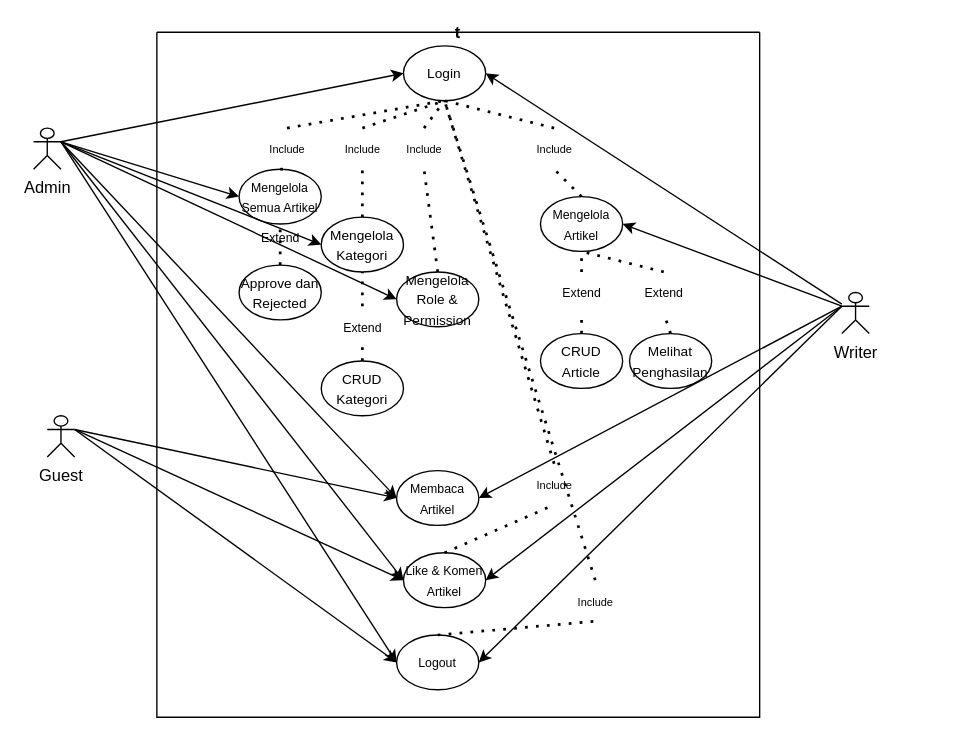
This is use case.drawio from EnjoyUrLife69/ARTICLE, a draw.io file, before an edit. Source tidied: cells renumbered, new cells numbered last; positions are measured from the earlier drawing's top-left corner, leaving out a move shared by most shapes. Both pictures are drawn from the tidied source at 137%, with x=0, y=0 at pixel (33, 32).
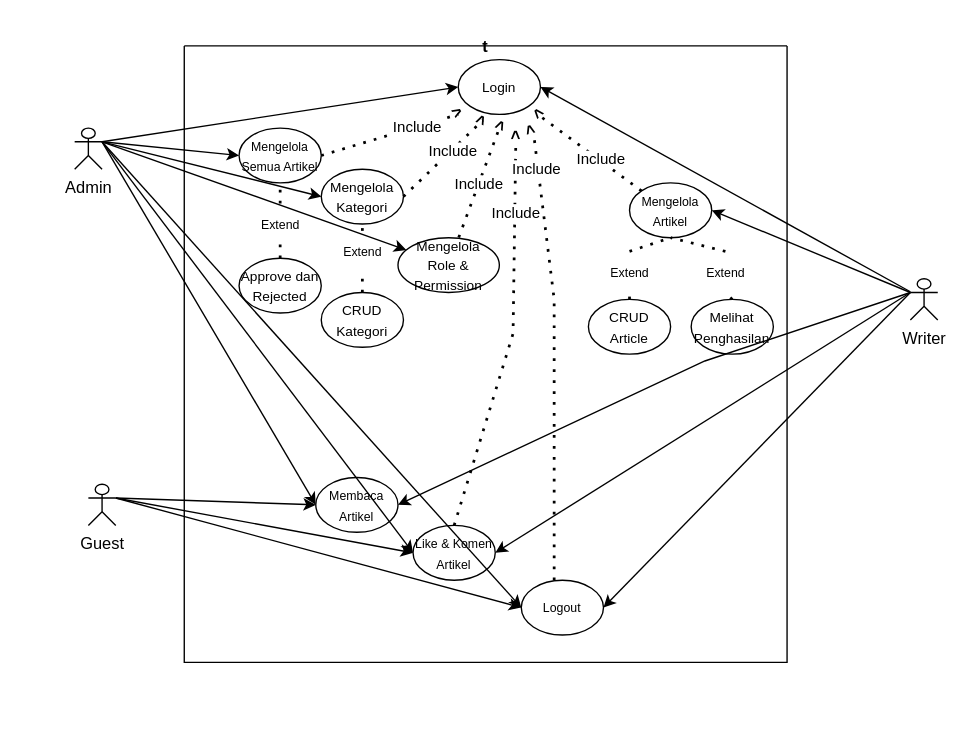
The same page after the edit.

The edit, as a diff of the source:
```diff
@@
+    <mxCell id="48" style="endArrow=classic;html=1;rounded=0;exitX=1;exitY=0.3333333333333333;exitDx=0;exitDy=0;exitPerimeter=0;" parent="1" edge="1" source="2" target="7">
+      <mxGeometry relative="1" as="geometry" />
+    </mxCell>
+    <mxCell id="47" style="endArrow=classic;html=1;rounded=0;entryX=0;entryY=0.5;entryDx=0;entryDy=0;exitX=1;exitY=0.3333333333333333;exitDx=0;exitDy=0;exitPerimeter=0;" parent="1" edge="1" source="2" target="6">
+      <mxGeometry relative="1" as="geometry" />
+    </mxCell>
     <mxCell id="2" value="Admin" style="shape=umlActor;verticalLabelPosition=bottom;verticalAlign=top;html=1;outlineConnect=0;" parent="1" vertex="1">
-      <mxGeometry y="70" width="20" height="30" as="geometry" />
+      <mxGeometry x="30" y="70" width="20" height="30" as="geometry" />
     </mxCell>
     <mxCell id="3" value="t" style="swimlane;startSize=0;" parent="1" vertex="1">
-      <mxGeometry x="90" width="440" height="500" as="geometry" />
+      <mxGeometry x="110" y="10" width="440" height="450" as="geometry" />
     </mxCell>
-    <mxCell id="4" value="&lt;font style=&quot;font-size: 9px;&quot;&gt;Membaca&lt;/font&gt;&lt;div&gt;&lt;font style=&quot;font-size: 9px;&quot;&gt;Artikel&lt;/font&gt;&lt;/div&gt;" style="ellipse;whiteSpace=wrap;html=1;" parent="3" vertex="1">
-      <mxGeometry x="175" y="320" width="60" height="40" as="geometry" />
-    </mxCell>
+    <mxCell id="7" value="&lt;font size=&quot;1&quot;&gt;Mengelola&lt;/font&gt;&lt;div&gt;&lt;font size=&quot;1&quot;&gt;Role &amp;amp; Permission&lt;/font&gt;&lt;/div&gt;" style="ellipse;whiteSpace=wrap;html=1;" parent="3" vertex="1">
+      <mxGeometry x="156" y="140" width="74" height="40" as="geometry" />
+    </mxCell>
     <mxCell id="5" value="&lt;font style=&quot;font-size: 9px;&quot;&gt;Mengelola&lt;/font&gt;&lt;div&gt;&lt;font style=&quot;font-size: 9px;&quot;&gt;Semua Artikel&lt;/font&gt;&lt;/div&gt;" style="ellipse;whiteSpace=wrap;html=1;" parent="3" vertex="1">
-      <mxGeometry x="60" y="100" width="60" height="40" as="geometry" />
+      <mxGeometry x="40" y="60" width="60" height="40" as="geometry" />
     </mxCell>
-    <mxCell id="6" value="&lt;font size=&quot;1&quot;&gt;Mengelola&lt;/font&gt;&lt;div&gt;&lt;font size=&quot;1&quot;&gt;Kategori&lt;/font&gt;&lt;/div&gt;" style="ellipse;whiteSpace=wrap;html=1;" parent="3" vertex="1">
-      <mxGeometry x="120" y="135" width="60" height="40" as="geometry" />
-    </mxCell>
-    <mxCell id="7" value="&lt;font size=&quot;1&quot;&gt;Mengelola&lt;/font&gt;&lt;div&gt;&lt;font size=&quot;1&quot;&gt;Role &amp;amp; Permission&lt;/font&gt;&lt;/div&gt;" style="ellipse;whiteSpace=wrap;html=1;" parent="3" vertex="1">
-      <mxGeometry x="175" y="175" width="60" height="40" as="geometry" />
-    </mxCell>
     <mxCell id="8" value="&lt;font size=&quot;1&quot;&gt;Login&lt;/font&gt;" style="ellipse;whiteSpace=wrap;html=1;" parent="3" vertex="1">
-      <mxGeometry x="180" y="10" width="60" height="40" as="geometry" />
+      <mxGeometry x="200" y="10" width="60" height="40" as="geometry" />
     </mxCell>
-    <mxCell id="9" value="&lt;font style=&quot;font-size: 9px;&quot;&gt;Like &amp;amp; Komen Artikel&lt;/font&gt;" style="ellipse;whiteSpace=wrap;html=1;" parent="3" vertex="1">
-      <mxGeometry x="180" y="380" width="60" height="40" as="geometry" />
-    </mxCell>
-    <mxCell id="10" style="endArrow=none;dashed=1;html=1;dashPattern=1 3;strokeWidth=2;rounded=0;entryX=0.5;entryY=1;entryDx=0;entryDy=0;exitX=0.5;exitY=0;exitDx=0;exitDy=0;" parent="3" edge="1" source="16" target="8">
-      <mxGeometry relative="1" as="geometry" />
-    </mxCell>
-    <mxCell id="11" style="endArrow=none;dashed=1;html=1;dashPattern=1 3;strokeWidth=2;rounded=0;entryX=0.5;entryY=1;entryDx=0;entryDy=0;exitX=0.5;exitY=0;exitDx=0;exitDy=0;" parent="3" edge="1" source="13" target="8">
-      <mxGeometry relative="1" as="geometry" />
-    </mxCell>
-    <mxCell id="12" style="endArrow=none;dashed=1;html=1;dashPattern=1 3;strokeWidth=2;rounded=0;entryX=0.5;entryY=1;entryDx=0;entryDy=0;exitX=0.5;exitY=0;exitDx=0;exitDy=0;" parent="3" edge="1" source="21" target="8">
-      <mxGeometry relative="1" as="geometry" />
-    </mxCell>
-    <mxCell id="13" value="&lt;font style=&quot;font-size: 8px;&quot;&gt;Include&lt;/font&gt;" style="text;html=1;align=center;verticalAlign=middle;points=[];strokeColor=none;fillColor=none;" parent="3" vertex="1">
-      <mxGeometry x="125" y="70" width="50" height="30" as="geometry" />
-    </mxCell>
-    <mxCell id="14" style="endArrow=none;dashed=1;html=1;dashPattern=1 3;strokeWidth=2;rounded=0;entryX=0.5;entryY=1;entryDx=0;entryDy=0;exitX=0.5;exitY=0;exitDx=0;exitDy=0;" parent="3" edge="1" source="6" target="13">
-      <mxGeometry relative="1" as="geometry" />
-    </mxCell>
-    <mxCell id="15" style="endArrow=none;dashed=1;html=1;dashPattern=1 3;strokeWidth=2;rounded=0;entryX=0.5;entryY=1;entryDx=0;entryDy=0;exitX=0.5;exitY=0;exitDx=0;exitDy=0;" parent="3" edge="1" source="5" target="16">
-      <mxGeometry relative="1" as="geometry" />
-    </mxCell>
-    <mxCell id="16" value="&lt;span style=&quot;font-size: 8px;&quot;&gt;Include&lt;/span&gt;" style="text;html=1;align=center;verticalAlign=middle;points=[];strokeColor=none;fillColor=none;" parent="3" vertex="1">
-      <mxGeometry x="70" y="70" width="50" height="30" as="geometry" />
-    </mxCell>
-    <mxCell id="17" style="endArrow=none;dashed=1;html=1;dashPattern=1 3;strokeWidth=2;rounded=0;entryX=0.5;entryY=1;entryDx=0;entryDy=0;exitX=0.5;exitY=0;exitDx=0;exitDy=0;" parent="3" edge="1" source="18" target="8">
-      <mxGeometry relative="1" as="geometry" />
-    </mxCell>
-    <mxCell id="18" value="&lt;span style=&quot;font-size: 8px;&quot;&gt;Include&lt;/span&gt;" style="text;html=1;align=center;verticalAlign=middle;points=[];strokeColor=none;fillColor=none;" parent="3" vertex="1">
-      <mxGeometry x="265" y="315" width="50" height="30" as="geometry" />
-    </mxCell>
-    <mxCell id="19" style="endArrow=none;dashed=1;html=1;dashPattern=1 3;strokeWidth=2;rounded=0;entryX=0.5;entryY=1;entryDx=0;entryDy=0;exitX=0.5;exitY=0;exitDx=0;exitDy=0;" parent="3" edge="1" source="9" target="18">
-      <mxGeometry relative="1" as="geometry" />
-    </mxCell>
-    <mxCell id="20" style="endArrow=none;dashed=1;html=1;dashPattern=1 3;strokeWidth=2;rounded=0;entryX=0.5;entryY=1;entryDx=0;entryDy=0;exitX=0.5;exitY=0;exitDx=0;exitDy=0;" parent="3" edge="1" source="7" target="21">
-      <mxGeometry relative="1" as="geometry" />
-    </mxCell>
-    <mxCell id="21" value="&lt;span style=&quot;font-size: 8px;&quot;&gt;Include&lt;/span&gt;" style="text;html=1;align=center;verticalAlign=middle;points=[];strokeColor=none;fillColor=none;" parent="3" vertex="1">
-      <mxGeometry x="170" y="70" width="50" height="30" as="geometry" />
-    </mxCell>
-    <mxCell id="22" style="endArrow=none;dashed=1;html=1;dashPattern=1 3;strokeWidth=2;rounded=0;entryX=0.5;entryY=1;entryDx=0;entryDy=0;exitX=0.5;exitY=0;exitDx=0;exitDy=0;" parent="3" edge="1" source="27" target="5">
+    <mxCell id="22" style="endArrow=none;dashed=1;html=1;dashPattern=1 3;strokeWidth=2;rounded=0;entryX=0.5;entryY=1;entryDx=0;entryDy=0;exitX=0.5;exitY=0;exitDx=0;exitDy=0;" parent="3" edge="1" source="36" target="5">
       <mxGeometry relative="1" as="geometry" />
     </mxCell>
     <mxCell id="23" value="&lt;font style=&quot;font-size: 9px;&quot;&gt;Mengelola&lt;/font&gt;&lt;div&gt;&lt;span style=&quot;font-size: 9px; background-color: transparent; color: light-dark(rgb(0, 0, 0), rgb(255, 255, 255));&quot;&gt;Artikel&lt;/span&gt;&lt;/div&gt;" style="ellipse;whiteSpace=wrap;html=1;" parent="3" vertex="1">
-      <mxGeometry x="280" y="120" width="60" height="40" as="geometry" />
+      <mxGeometry x="325" y="100" width="60" height="40" as="geometry" />
     </mxCell>
-    <mxCell id="24" style="endArrow=none;dashed=1;html=1;dashPattern=1 3;strokeWidth=2;rounded=0;entryX=0.5;entryY=1;entryDx=0;entryDy=0;exitX=0.5;exitY=0;exitDx=0;exitDy=0;" parent="3" edge="1" source="25" target="8">
-      <mxGeometry relative="1" as="geometry" />
-    </mxCell>
-    <mxCell id="25" value="&lt;span style=&quot;font-size: 8px;&quot;&gt;Include&lt;/span&gt;" style="text;html=1;align=center;verticalAlign=middle;points=[];strokeColor=none;fillColor=none;" parent="3" vertex="1">
-      <mxGeometry x="265" y="70" width="50" height="30" as="geometry" />
-    </mxCell>
-    <mxCell id="26" style="endArrow=none;dashed=1;html=1;dashPattern=1 3;strokeWidth=2;rounded=0;entryX=0.5;entryY=1;entryDx=0;entryDy=0;exitX=0.5;exitY=0;exitDx=0;exitDy=0;" parent="3" edge="1" source="23" target="25">
-      <mxGeometry relative="1" as="geometry" />
-    </mxCell>
     <mxCell id="27" value="&lt;font size=&quot;1&quot;&gt;Approve dan Rejected&lt;/font&gt;" style="ellipse;whiteSpace=wrap;html=1;" parent="3" vertex="1">
-      <mxGeometry x="60" y="170" width="60" height="40" as="geometry" />
+      <mxGeometry x="40" y="155" width="60" height="40" as="geometry" />
     </mxCell>
     <mxCell id="28" value="&lt;font size=&quot;1&quot;&gt;CRUD&lt;/font&gt;&lt;div&gt;&lt;font size=&quot;1&quot;&gt;Article&lt;/font&gt;&lt;/div&gt;" style="ellipse;whiteSpace=wrap;html=1;" parent="3" vertex="1">
-      <mxGeometry x="280" y="220" width="60" height="40" as="geometry" />
+      <mxGeometry x="295" y="185" width="60" height="40" as="geometry" />
     </mxCell>
@@
     <mxCell id="31" value="&lt;font style=&quot;font-size: 9px;&quot;&gt;Extend&lt;/font&gt;" style="text;html=1;align=center;verticalAlign=middle;points=[];strokeColor=none;fillColor=none;" parent="3" vertex="1">
-      <mxGeometry x="285" y="175" width="50" height="30" as="geometry" />
+      <mxGeometry x="300" y="150" width="50" height="30" as="geometry" />
     </mxCell>
-    <mxCell id="32" value="&lt;font size=&quot;1&quot;&gt;Melihat&lt;/font&gt;&lt;div&gt;&lt;font size=&quot;1&quot;&gt;Penghasilan&lt;/font&gt;&lt;/div&gt;" style="ellipse;whiteSpace=wrap;html=1;" parent="3" vertex="1">
-      <mxGeometry x="345" y="220" width="60" height="40" as="geometry" />
-    </mxCell>
@@
     <mxCell id="34" value="&lt;font style=&quot;font-size: 9px;&quot;&gt;Extend&lt;/font&gt;" style="text;html=1;align=center;verticalAlign=middle;points=[];strokeColor=none;fillColor=none;" parent="3" vertex="1">
-      <mxGeometry x="345" y="175" width="50" height="30" as="geometry" />
+      <mxGeometry x="370" y="150" width="50" height="30" as="geometry" />
     </mxCell>
@@
-    <mxCell id="36" value="&lt;font style=&quot;font-size: 9px;&quot;&gt;Extend&lt;/font&gt;" style="text;html=1;align=center;verticalAlign=middle;points=[];strokeColor=none;fillColor=none;" parent="3" vertex="1">
-      <mxGeometry x="65" y="135" width="50" height="30" as="geometry" />
-    </mxCell>
     <mxCell id="37" value="&lt;font style=&quot;font-size: 9px;&quot;&gt;Logout&lt;/font&gt;" style="ellipse;whiteSpace=wrap;html=1;" parent="3" vertex="1">
-      <mxGeometry x="175" y="440" width="60" height="40" as="geometry" />
+      <mxGeometry x="246" y="390" width="60" height="40" as="geometry" />
     </mxCell>
-    <mxCell id="38" style="endArrow=none;dashed=1;html=1;dashPattern=1 3;strokeWidth=2;rounded=0;entryX=0.5;entryY=1;entryDx=0;entryDy=0;exitX=0.5;exitY=0;exitDx=0;exitDy=0;" parent="3" edge="1" source="39" target="8">
-      <mxGeometry relative="1" as="geometry" />
-    </mxCell>
-    <mxCell id="39" value="&lt;span style=&quot;font-size: 8px;&quot;&gt;Include&lt;/span&gt;" style="text;html=1;align=center;verticalAlign=middle;points=[];strokeColor=none;fillColor=none;" parent="3" vertex="1">
-      <mxGeometry x="295" y="400" width="50" height="30" as="geometry" />
-    </mxCell>
-    <mxCell id="40" style="endArrow=none;dashed=1;html=1;dashPattern=1 3;strokeWidth=2;rounded=0;entryX=0.5;entryY=1;entryDx=0;entryDy=0;exitX=0.5;exitY=0;exitDx=0;exitDy=0;" parent="3" edge="1" source="37" target="39">
-      <mxGeometry relative="1" as="geometry" />
-    </mxCell>
     <mxCell id="41" value="&lt;font size=&quot;1&quot;&gt;CRUD&lt;/font&gt;&lt;div&gt;&lt;font size=&quot;1&quot;&gt;Kategori&lt;/font&gt;&lt;/div&gt;" style="ellipse;whiteSpace=wrap;html=1;" parent="3" vertex="1">
-      <mxGeometry x="120" y="240" width="60" height="40" as="geometry" />
+      <mxGeometry x="100" y="180" width="60" height="40" as="geometry" />
     </mxCell>
@@
     <mxCell id="43" value="&lt;font style=&quot;font-size: 9px;&quot;&gt;Extend&lt;/font&gt;" style="text;html=1;align=center;verticalAlign=middle;points=[];strokeColor=none;fillColor=none;" parent="3" vertex="1">
-      <mxGeometry x="125" y="200" width="50" height="30" as="geometry" />
+      <mxGeometry x="105" y="135" width="50" height="30" as="geometry" />
     </mxCell>
@@
+    <mxCell id="62" style="endArrow=none;dashed=1;html=1;dashPattern=1 3;strokeWidth=2;rounded=0;exitX=1;exitY=0.5;exitDx=0;exitDy=0;" parent="3" edge="1" source="5">
+      <mxGeometry relative="1" as="geometry">
+        <mxPoint x="200" y="50" as="targetPoint" />
+      </mxGeometry>
+    </mxCell>
+    <mxCell id="63" value="Include" style="edgeLabel;html=1;align=center;verticalAlign=middle;" parent="62" vertex="1">
+      <mxGeometry x="0.39" y="1" relative="1" as="geometry" />
+    </mxCell>
+    <mxCell id="6" value="&lt;font size=&quot;1&quot;&gt;Mengelola&lt;/font&gt;&lt;div&gt;&lt;font size=&quot;1&quot;&gt;Kategori&lt;/font&gt;&lt;/div&gt;" style="ellipse;whiteSpace=wrap;html=1;" parent="3" vertex="1">
+      <mxGeometry x="100" y="90" width="60" height="40" as="geometry" />
+    </mxCell>
+    <mxCell id="64" style="endArrow=none;dashed=1;html=1;dashPattern=1 3;strokeWidth=2;rounded=0;entryX=0.5;entryY=1;entryDx=0;entryDy=0;exitX=0.5;exitY=0;exitDx=0;exitDy=0;" parent="3" edge="1" source="27" target="36">
+      <mxGeometry relative="1" as="geometry" />
+    </mxCell>
+    <mxCell id="36" value="&lt;font style=&quot;font-size: 9px;&quot;&gt;Extend&lt;/font&gt;" style="text;html=1;align=center;verticalAlign=middle;points=[];strokeColor=none;fillColor=none;" parent="3" vertex="1">
+      <mxGeometry x="45" y="115" width="50" height="30" as="geometry" />
+    </mxCell>
+    <mxCell id="65" style="endArrow=none;dashed=1;html=1;dashPattern=1 3;strokeWidth=2;rounded=0;exitX=1;exitY=0.5;exitDx=0;exitDy=0;entryX=0.3;entryY=0.96;entryDx=0;entryDy=0;entryPerimeter=0;" parent="3" edge="1" source="6">
+      <mxGeometry relative="1" as="geometry">
+        <mxPoint x="218" y="54.2" as="targetPoint" />
+      </mxGeometry>
+    </mxCell>
+    <mxCell id="66" value="Include" style="edgeLabel;html=1;align=center;verticalAlign=middle;" parent="65" vertex="1">
+      <mxGeometry x="0.21" relative="1" as="geometry" />
+    </mxCell>
+    <mxCell id="67" style="endArrow=none;dashed=1;html=1;dashPattern=1 3;strokeWidth=2;rounded=0;entryX=0.5;entryY=1;entryDx=0;entryDy=0;exitX=0.599;exitY=-0.005;exitDx=0;exitDy=0;exitPerimeter=0;" parent="3" edge="1" source="7">
+      <mxGeometry relative="1" as="geometry">
+        <mxPoint x="230" y="60" as="targetPoint" />
+      </mxGeometry>
+    </mxCell>
+    <mxCell id="68" value="Include" style="edgeLabel;html=1;align=center;verticalAlign=middle;" parent="67" vertex="1">
+      <mxGeometry x="-0.01" y="-1" relative="1" as="geometry">
+        <mxPoint x="-1" as="offset" />
+      </mxGeometry>
+    </mxCell>
+    <mxCell id="69" style="endArrow=none;dashed=1;html=1;dashPattern=1 3;strokeWidth=2;rounded=0;exitX=0;exitY=0;exitDx=0;exitDy=0;entryX=0.743;entryY=0.98;entryDx=0;entryDy=0;entryPerimeter=0;" parent="3" edge="1" source="23">
+      <mxGeometry relative="1" as="geometry">
+        <mxPoint x="258" y="50" as="targetPoint" />
+      </mxGeometry>
+    </mxCell>
+    <mxCell id="70" value="Include" style="edgeLabel;html=1;align=center;verticalAlign=middle;" parent="69" vertex="1">
+      <mxGeometry x="-0.2" y="-1" relative="1" as="geometry" />
+    </mxCell>
+    <mxCell id="71" value="&lt;b&gt;&amp;gt;&lt;/b&gt;" style="text;html=1;align=center;verticalAlign=middle;strokeColor=none;fillColor=none;rotation=-65;" parent="3" vertex="1">
+      <mxGeometry x="216" y="44" width="30" height="30" as="geometry" />
+    </mxCell>
+    <mxCell id="72" value="&lt;b&gt;&amp;gt;&lt;/b&gt;" style="text;html=1;align=center;verticalAlign=middle;strokeColor=none;fillColor=none;rotation=-130;" parent="3" vertex="1">
+      <mxGeometry x="244" y="35" width="30" height="30" as="geometry" />
+    </mxCell>
+    <mxCell id="73" value="&lt;b&gt;&amp;gt;&lt;/b&gt;" style="text;html=1;align=center;verticalAlign=middle;strokeColor=none;fillColor=none;rotation=-65;" parent="3" vertex="1">
+      <mxGeometry x="202" y="40" width="30" height="30" as="geometry" />
+    </mxCell>
+    <mxCell id="74" value="&lt;b&gt;&amp;gt;&lt;/b&gt;" style="text;html=1;align=center;verticalAlign=middle;strokeColor=none;fillColor=none;rotation=-30;" parent="3" vertex="1">
+      <mxGeometry x="184" y="34" width="30" height="30" as="geometry" />
+    </mxCell>
+    <mxCell id="75" style="endArrow=none;dashed=1;html=1;dashPattern=1 3;strokeWidth=2;rounded=0;exitX=0.5;exitY=0;exitDx=0;exitDy=0;" parent="3" edge="1" source="9">
+      <mxGeometry relative="1" as="geometry">
+        <mxPoint x="242" y="70" as="targetPoint" />
+        <Array as="points">
+          <mxPoint x="240" y="210" />
+        </Array>
+      </mxGeometry>
+    </mxCell>
+    <mxCell id="76" value="Include" style="edgeLabel;html=1;align=center;verticalAlign=middle;" parent="75" vertex="1">
+      <mxGeometry x="0.64" relative="1" as="geometry" />
+    </mxCell>
+    <mxCell id="77" value="&lt;b&gt;&amp;gt;&lt;/b&gt;" style="text;html=1;align=center;verticalAlign=middle;strokeColor=none;fillColor=none;rotation=-90;" parent="3" vertex="1">
+      <mxGeometry x="227" y="51" width="30" height="30" as="geometry" />
+    </mxCell>
+    <mxCell id="78" style="endArrow=none;dashed=1;html=1;dashPattern=1 3;strokeWidth=2;rounded=0;exitX=0.5;exitY=0;exitDx=0;exitDy=0;" parent="3" edge="1">
+      <mxGeometry relative="1" as="geometry">
+        <mxPoint x="270" y="390" as="sourcePoint" />
+        <mxPoint x="255" y="64" as="targetPoint" />
+        <Array as="points">
+          <mxPoint x="270" y="185" />
+        </Array>
+      </mxGeometry>
+    </mxCell>
+    <mxCell id="79" value="Include" style="edgeLabel;html=1;align=center;verticalAlign=middle;" parent="78" vertex="1">
+      <mxGeometry x="0.84" y="2" relative="1" as="geometry" />
+    </mxCell>
+    <mxCell id="80" value="&lt;b&gt;&amp;gt;&lt;/b&gt;" style="text;html=1;align=center;verticalAlign=middle;strokeColor=none;fillColor=none;rotation=-105;" parent="3" vertex="1">
+      <mxGeometry x="238" y="47" width="30" height="30" as="geometry" />
+    </mxCell>
+    <mxCell id="32" value="&lt;font size=&quot;1&quot;&gt;Melihat&lt;/font&gt;&lt;div&gt;&lt;font size=&quot;1&quot;&gt;Penghasilan&lt;/font&gt;&lt;/div&gt;" style="ellipse;whiteSpace=wrap;html=1;" parent="3" vertex="1">
+      <mxGeometry x="370" y="185" width="60" height="40" as="geometry" />
+    </mxCell>
+    <mxCell id="9" value="&lt;font style=&quot;font-size: 9px;&quot;&gt;Like &amp;amp; Komen Artikel&lt;/font&gt;" style="ellipse;whiteSpace=wrap;html=1;" parent="3" vertex="1">
+      <mxGeometry x="167" y="350" width="60" height="40" as="geometry" />
+    </mxCell>
+    <mxCell id="4" value="&lt;font style=&quot;font-size: 9px;&quot;&gt;Membaca&lt;/font&gt;&lt;div&gt;&lt;font style=&quot;font-size: 9px;&quot;&gt;Artikel&lt;/font&gt;&lt;/div&gt;" style="ellipse;whiteSpace=wrap;html=1;" parent="3" vertex="1">
+      <mxGeometry x="96" y="315" width="60" height="40" as="geometry" />
+    </mxCell>
@@
-    <mxCell id="47" style="endArrow=classic;html=1;rounded=0;entryX=0;entryY=0.5;entryDx=0;entryDy=0;exitX=1;exitY=0.3333333333333333;exitDx=0;exitDy=0;exitPerimeter=0;" parent="1" edge="1" source="2" target="6">
-      <mxGeometry relative="1" as="geometry" />
-    </mxCell>
-    <mxCell id="48" style="endArrow=classic;html=1;rounded=0;entryX=0;entryY=0.5;entryDx=0;entryDy=0;exitX=1;exitY=0.3333333333333333;exitDx=0;exitDy=0;exitPerimeter=0;" parent="1" edge="1" source="2" target="7">
-      <mxGeometry relative="1" as="geometry" />
-    </mxCell>
     <mxCell id="49" value="Writer" style="shape=umlActor;verticalLabelPosition=bottom;verticalAlign=top;html=1;outlineConnect=0;" parent="1" vertex="1">
-      <mxGeometry x="590" y="190" width="20" height="30" as="geometry" />
+      <mxGeometry x="640" y="180" width="20" height="30" as="geometry" />
     </mxCell>
@@
     <mxCell id="52" style="endArrow=classic;html=1;rounded=0;exitX=0;exitY=0.3333333333333333;exitDx=0;exitDy=0;exitPerimeter=0;entryX=1;entryY=0.5;entryDx=0;entryDy=0;" parent="1" edge="1" source="49" target="4">
-      <mxGeometry relative="1" as="geometry" />
+      <mxGeometry relative="1" as="geometry">
+        <Array as="points">
+          <mxPoint x="490" y="240" />
+        </Array>
+      </mxGeometry>
     </mxCell>
     <mxCell id="53" value="Guest" style="shape=umlActor;verticalLabelPosition=bottom;verticalAlign=top;html=1;outlineConnect=0;" parent="1" vertex="1">
-      <mxGeometry x="10" y="280" width="20" height="30" as="geometry" />
+      <mxGeometry x="40" y="330" width="20" height="30" as="geometry" />
     </mxCell>
```
